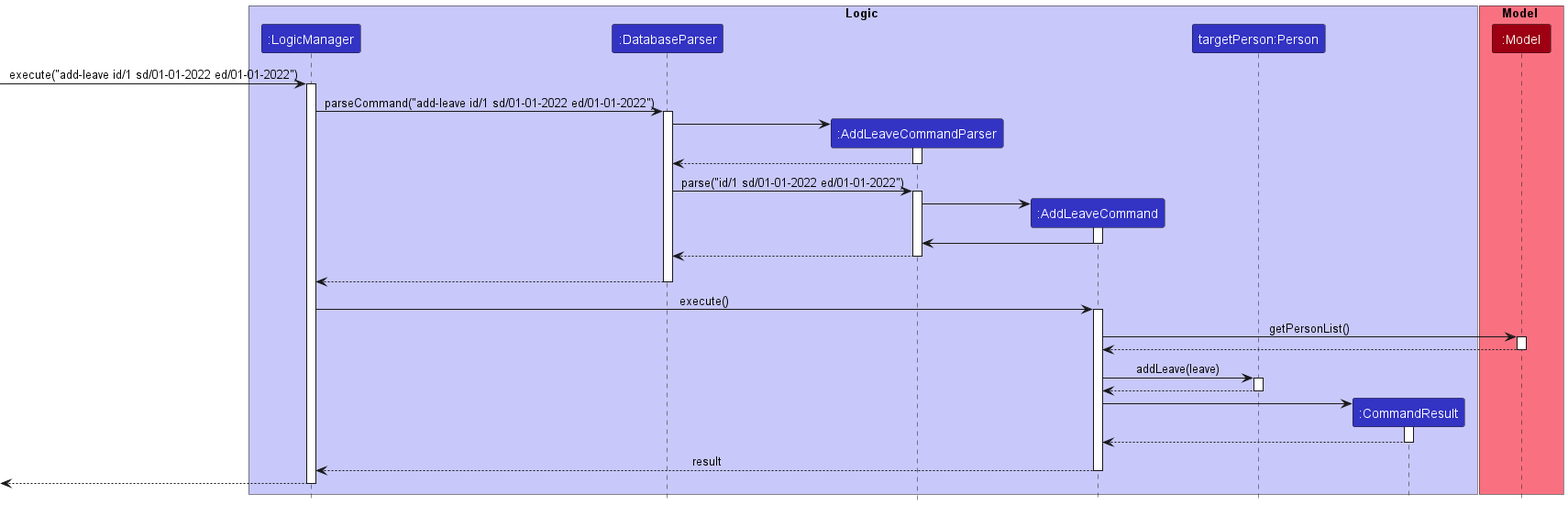
Above: docs/images/diagrams/AddLeaveCommandUML.png in nus-cs2103-AY2223S1/tp (PlantUML), before the change. Its diagram source:
```plantuml
@startuml
!include style.puml

box Logic LOGIC_COLOR_T1
participant ":LogicManager" as LogicManager LOGIC_COLOR
participant ":DatabaseParser" as DatabaseParser LOGIC_COLOR
participant ":AddLeaveCommandParser" as AddLeaveCommandParser LOGIC_COLOR
participant ":AddLeaveCommand" as AddLeaveCommand LOGIC_COLOR
participant "targetPerson:Person" as person LOGIC_COLOR
participant ":CommandResult" as CommandResult LOGIC_COLOR
end box

box Model MODEL_COLOR_T1
participant ":Model" as Model MODEL_COLOR
end box

[-> LogicManager : execute("add-leave id/1 sd/01-01-2022 ed/01-01-2022")
activate LogicManager

LogicManager -> DatabaseParser : parseCommand("add-leave id/1 sd/01-01-2022 ed/01-01-2022")
activate DatabaseParser

create AddLeaveCommandParser
DatabaseParser -> AddLeaveCommandParser
activate AddLeaveCommandParser

AddLeaveCommandParser --> DatabaseParser
deactivate AddLeaveCommandParser

DatabaseParser -> AddLeaveCommandParser : parse("id/1 sd/01-01-2022 ed/01-01-2022")
activate AddLeaveCommandParser

create AddLeaveCommand
AddLeaveCommandParser -> AddLeaveCommand
activate AddLeaveCommand

AddLeaveCommand -> AddLeaveCommandParser
deactivate AddLeaveCommand

AddLeaveCommandParser --> DatabaseParser
deactivate AddLeaveCommandParser
AddLeaveCommandParser -[hidden]-> DatabaseParser

DatabaseParser --> LogicManager
deactivate DatabaseParser

LogicManager -> AddLeaveCommand : execute()
activate AddLeaveCommand

AddLeaveCommand -> Model : getPersonList()
activate Model

Model --> AddLeaveCommand
deactivate Model




AddLeaveCommand -> person : addLeave(leave)
activate person
person --> AddLeaveCommand
deactivate person

create CommandResult
AddLeaveCommand -> CommandResult
activate CommandResult

CommandResult --> AddLeaveCommand
deactivate CommandResult

AddLeaveCommand --> LogicManager : result
deactivate AddLeaveCommand
[<--LogicManager
deactivate LogicManager
@enduml
```
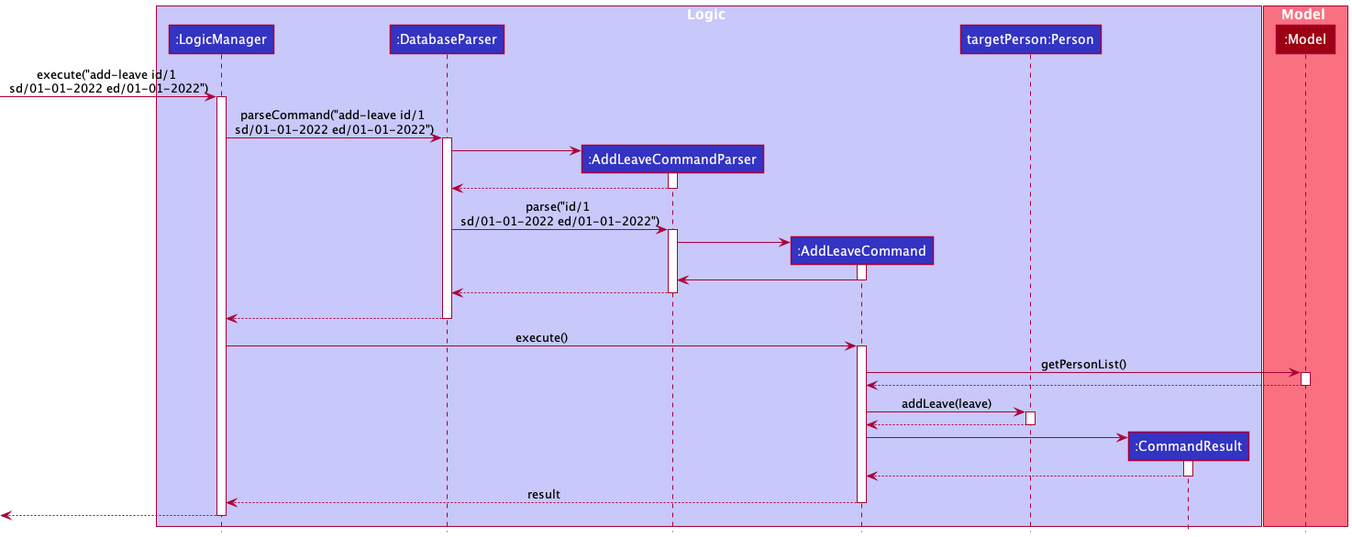
After the commit.

Commit message:
Modify add-leave uml

The edit, as a diff of the source:
```diff
@@ -14,10 +14,10 @@
 participant ":Model" as Model MODEL_COLOR
 end box
 
-[-> LogicManager : execute("add-leave id/1 sd/01-01-2022 ed/01-01-2022")
+[-> LogicManager : execute("add-leave id/1 \nsd/01-01-2022 ed/01-01-2022")
 activate LogicManager
 
-LogicManager -> DatabaseParser : parseCommand("add-leave id/1 sd/01-01-2022 ed/01-01-2022")
+LogicManager -> DatabaseParser : parseCommand("add-leave id/1 \nsd/01-01-2022 ed/01-01-2022")
 activate DatabaseParser
 
 create AddLeaveCommandParser
@@ -27,7 +27,7 @@
 AddLeaveCommandParser --> DatabaseParser
 deactivate AddLeaveCommandParser
 
-DatabaseParser -> AddLeaveCommandParser : parse("id/1 sd/01-01-2022 ed/01-01-2022")
+DatabaseParser -> AddLeaveCommandParser : parse("id/1 \nsd/01-01-2022 ed/01-01-2022")
 activate AddLeaveCommandParser
 
 create AddLeaveCommand
```
